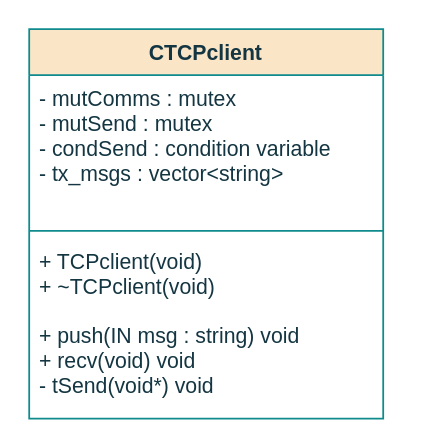
Before: page "Class" (1 of 6) of project/report/flowcharts/Classes/CTCPclient.drawio in ESRGgroup9/slipad, a draw.io diagram. Source tidied: cells renumbered, new cells numbered last; positions are measured from the earlier drawing's top-left corner, leaving out a move shared by most shapes. Both pictures are drawn from the tidied source at 177%, with x=0, y=0 at pixel (28, 28).
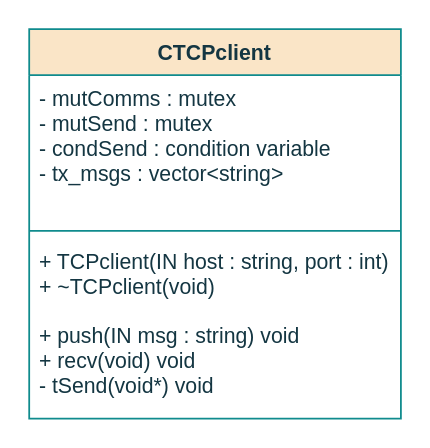
The same diagram, later.

Change to the diagram source:
```diff
@@
 <mxGraphModel>
   <root>
     <mxCell id="0" />
     <mxCell id="1" parent="0" />
     <mxCell id="2" value="CTCPclient" style="swimlane;fontStyle=1;align=center;verticalAlign=top;horizontal=1;startSize=26;fillColor=#FAE5C7;strokeColor=#0F8B8D;fontColor=#143642;" parent="1" vertex="1">
-      <mxGeometry width="200" height="220" as="geometry" />
+      <mxGeometry width="210" height="220" as="geometry" />
     </mxCell>
     <mxCell id="3" value="-  mutComms : mutex&#10;-  mutSend : mutex&#10;- condSend : condition variable&#10;- tx_msgs : vector&lt;string&gt;&#10;&#10;&#10;&#10;&#10;&#10;" style="text;strokeColor=none;fillColor=none;align=left;verticalAlign=top;spacingLeft=4;spacingRight=4;overflow=hidden;fontColor=#143642;" parent="2" vertex="1">
-      <mxGeometry y="26" width="200" height="84" as="geometry" />
+      <mxGeometry y="26" width="210" height="84" as="geometry" />
     </mxCell>
     <mxCell id="4" style="line;strokeWidth=1;fillColor=none;align=left;verticalAlign=middle;spacingTop=-1;spacingLeft=3;spacingRight=3;labelPosition=right;labelBackgroundColor=#DAD2D8;strokeColor=#0F8B8D;fontColor=#143642;" parent="2" vertex="1">
-      <mxGeometry y="110" width="200" height="8" as="geometry" />
+      <mxGeometry y="110" width="210" height="8" as="geometry" />
     </mxCell>
-    <mxCell id="5" value="+ TCPclient(void)&#10;+ ~TCPclient(void)&#10;&#10;+ push(IN msg : string) void&#10;+ recv(void) void&#10;- tSend(void*) void" style="text;strokeColor=none;fillColor=none;align=left;verticalAlign=top;spacingLeft=4;spacingRight=4;overflow=hidden;fontColor=#143642;" parent="2" vertex="1">
-      <mxGeometry y="118" width="200" height="102" as="geometry" />
+    <mxCell id="5" value="+ TCPclient(IN host : string, port : int)&#10;+ ~TCPclient(void)&#10;&#10;+ push(IN msg : string) void&#10;+ recv(void) void&#10;- tSend(void*) void" style="text;strokeColor=none;fillColor=none;align=left;verticalAlign=top;spacingLeft=4;spacingRight=4;overflow=hidden;fontColor=#143642;" parent="2" vertex="1">
+      <mxGeometry y="118" width="210" height="102" as="geometry" />
     </mxCell>
   </root>
 </mxGraphModel>
```
